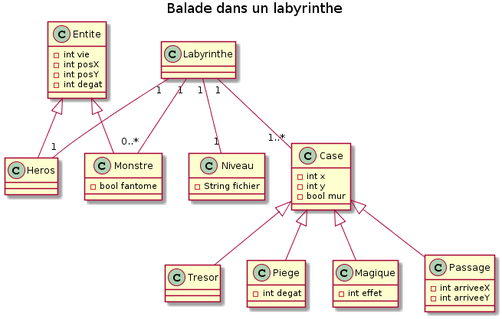
Above: diagramme.png in loicmarie/ACL2018_beerteam (PlantUML), before the change.
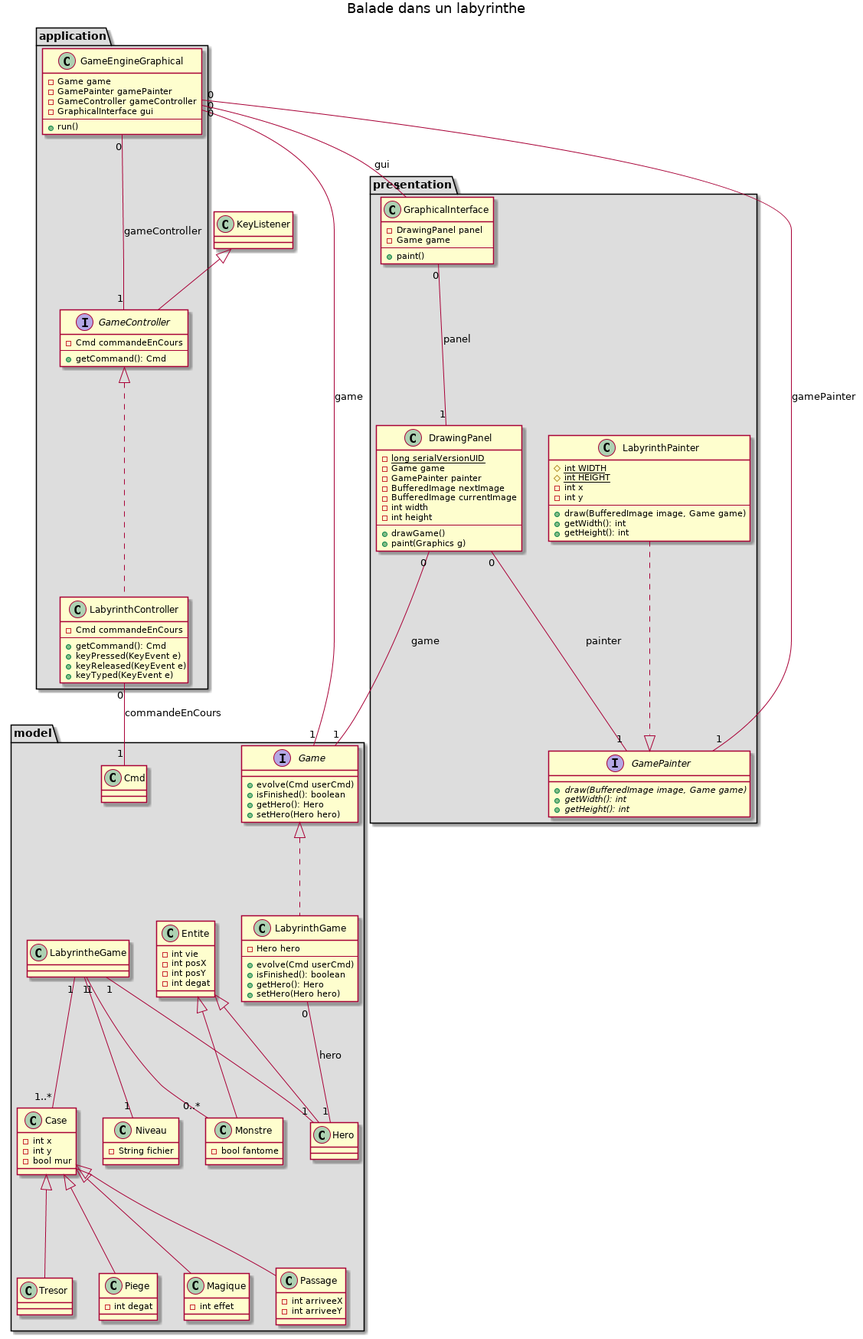
After the change.

Commit message:
Modification du diagramme de classe. Mise à jour du backlog et du dossier de conception.

The edit, as a diff of the source:
```diff
@@ -1,62 +1,176 @@
 @startuml
+
 title Balade dans un labyrinthe
 
-class Entite {
-    -int vie
-    -int posX
-    -int posY
-    -int degat
+package "model" #DDDDDD {
+
+    interface Game {
+        +evolve(Cmd userCmd)
+        +isFinished(): boolean
+        +getHero(): Hero
+        +setHero(Hero hero)
+    }
+
+    class LabyrinthGame {
+        -Hero hero
+        --
+        +evolve(Cmd userCmd)
+        +isFinished(): boolean
+        +getHero(): Hero
+        +setHero(Hero hero)
+    }
+
+    Game <|.. LabyrinthGame
+    LabyrinthGame "0" -- "1" Hero : hero
+
+    class Entite {
+        -int vie
+        -int posX
+        -int posY
+        -int degat
+    }
+
+    class Hero {
+
+    }
+
+    class Monstre {
+        -bool fantome
+    }
+
+    Entite <|-- Hero
+    Entite <|-- Monstre
+
+    class LabyrintheGame {
+    }
+
+    LabyrintheGame "1" -- "1" Hero
+    LabyrintheGame "1" -- "0..*" Monstre
+
+    class Niveau {
+        -String fichier
+    }
+
+    LabyrintheGame "1" -- "1" Niveau
+
+    class Case {
+        -int x
+        -int y
+        -bool mur
+    }
+
+    LabyrintheGame "1" -- "1..*" Case
+
+    class Tresor {
+    }
+
+    class Piege {
+        -int degat
+    }
+
+    class Magique {
+        -int effet
+    }
+
+    class Passage {
+        -int arriveeX
+        -int arriveeY
+    }
+
+    class Cmd {
+
+    }
+
+    Case <|-- Tresor
+    Case <|-- Piege
+    Case <|-- Magique
+    Case <|-- Passage
 }
 
-class Heros {
+package "presentation" #DDDDDD {
+
+    class DrawingPanel {
+        - {static} long serialVersionUID
+        - Game game
+        - GamePainter painter
+        - BufferedImage nextImage
+        - BufferedImage currentImage
+        - int width
+        - int height
+        --
+        + drawGame()
+        + paint(Graphics g)
+    }
+
+    interface GamePainter {
+        + {abstract} draw(BufferedImage image, Game game)
+        + {abstract} getWidth(): int
+        + {abstract} getHeight(): int
+    }
+
+    class GraphicalInterface {
+        - DrawingPanel panel
+        - Game game
+        --
+        + paint()
+    }
+
+    class LabyrinthPainter {
+        # {static} int WIDTH
+        # {static} int HEIGHT
+        - int x
+        - int y
+        --
+        + draw(BufferedImage image, Game game)
+        + getWidth(): int
+        + getHeight(): int
+    }
+}
+
+DrawingPanel "0" -- "1" Game : game
+DrawingPanel "0" -- "1" GamePainter : painter
+GraphicalInterface "0" -- "1" DrawingPanel : panel
+LabyrinthPainter ..|> GamePainter
+
+package "application" #DDDDDD {
+
+    interface GameController {
+        -Cmd commandeEnCours
+        --
+        +getCommand(): Cmd
+    }
+
+    class LabyrinthController {
+        -Cmd commandeEnCours
+        --
+        +getCommand(): Cmd
+        +keyPressed(KeyEvent e)
+        +keyReleased(KeyEvent e)
+        +keyTyped(KeyEvent e)
+    }
+
+    class GameEngineGraphical {
+        -Game game
+        -GamePainter gamePainter
+        -GameController gameController
+        -GraphicalInterface gui
+        --
+        +run()
+    }
 
 }
 
-class Monstre {
-    -bool fantome
-}
+KeyListener <|-- GameController
 
-Entite <|-- Heros
-Entite <|-- Monstre
+GameController <|.. LabyrinthController
 
-class Labyrinthe {
-}
+LabyrinthController "0" -- "1" Cmd : commandeEnCours
 
-Labyrinthe "1" -- "1" Heros
-Labyrinthe "1" -- "0..*" Monstre
+GameEngineGraphical "0" -- "1" Game : game
+GameEngineGraphical "0" -- "1" GamePainter : gamePainter
+GameEngineGraphical "0" -- "1" GameController : gameController
+GameEngineGraphical "0" -- "1" GraphicalInterface : gui
 
-class Niveau {
-    -String fichier
-}
 
-Labyrinthe "1" -- "1" Niveau
 
-class Case {
-    -int x
-    -int y
-    -bool mur
-}
-
-Labyrinthe "1" -- "1..*" Case
-
-class Tresor {
-}
-
-class Piege {
-    -int degat
-}
-
-class Magique {
-    -int effet
-}
-
-class Passage {
-    -int arriveeX
-    -int arriveeY
-}
-
-Case <|-- Tresor
-Case <|-- Piege
-Case <|-- Magique
-Case <|-- Passage
 @enduml
```
